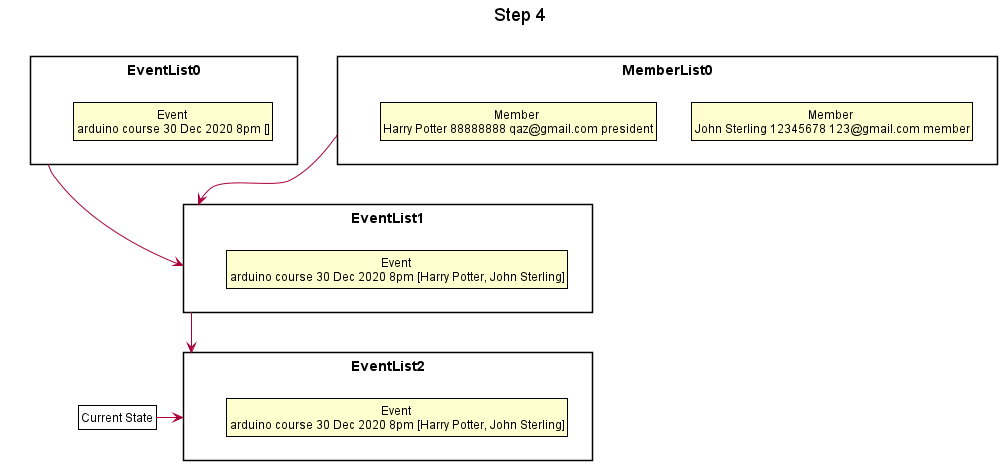
Above: docs/EventDiagram/EventSteps/7Step4.png in nus-cs2113-AY2021S1/tp (PlantUML), before the change. The source it was exported from:
```plantuml
@startuml





skinparam BackgroundColor #FFFFFFF

skinparam Shadowing false

skinparam Class {
    FontColor #FFFFFF
    BorderThickness 1
    BorderColor #FFFFFF
    StereotypeFontColor #FFFFFF
    FontName Arial
}

skinparam Actor {
    BorderColor #000000
    Color #000000
    FontName Arial
}

skinparam Sequence {
    MessageAlign center
    BoxFontSize 15
    BoxPadding 0
    BoxFontColor #FFFFFF
    FontName Arial
}

skinparam Participant {
    FontColor #FFFFFFF
    Padding 20
}

skinparam MinClassWidth 50
skinparam ParticipantPadding 10
skinparam Shadowing false
skinparam DefaultTextAlignment center
skinparam packageStyle Rectangle

hide footbox
hide members
hide circle
skinparam ClassFontColor #000000
skinparam ClassBorderColor #000000

title Step 4

package EventList0 {
    class State1 as "Event \narduino course 30 Dec 2020 8pm []"
}

package MemberList0 {
    class State2 as "Member \nJohn Sterling 12345678 123@gmail.com member"
    class State3 as "Member \nHarry Potter 88888888 qaz@gmail.com president"
}

package EventList1 {
    class State4 as "Event \narduino course 30 Dec 2020 8pm [Harry Potter, John Sterling]"
}

package EventList2 {
    class State5 as "Event \narduino course 30 Dec 2020 8pm [Harry Potter, John Sterling]"
}

EventList0 -->EventList1
MemberList0 -->EventList1
EventList1 -->EventList2

class Pointer as "Current State" #FFFFF
Pointer -right-> EventList2

@enduml
```
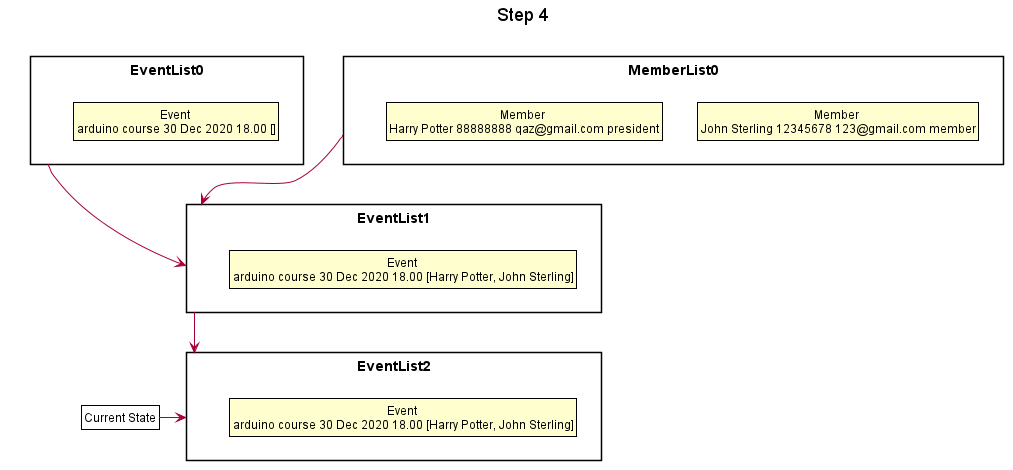
The same diagram one commit later.

Change to the diagram source:
```diff
@@ -50,7 +50,7 @@
 title Step 4
 
 package EventList0 {
-    class State1 as "Event \narduino course 30 Dec 2020 8pm []"
+    class State1 as "Event \narduino course 30 Dec 2020 18.00 []"
 }
 
 package MemberList0 {
@@ -59,11 +59,11 @@
 }
 
 package EventList1 {
-    class State4 as "Event \narduino course 30 Dec 2020 8pm [Harry Potter, John Sterling]"
+    class State4 as "Event \narduino course 30 Dec 2020 18.00 [Harry Potter, John Sterling]"
 }
 
 package EventList2 {
-    class State5 as "Event \narduino course 30 Dec 2020 8pm [Harry Potter, John Sterling]"
+    class State5 as "Event \narduino course 30 Dec 2020 18.00 [Harry Potter, John Sterling]"
 }
 
 EventList0 -->EventList1
```
